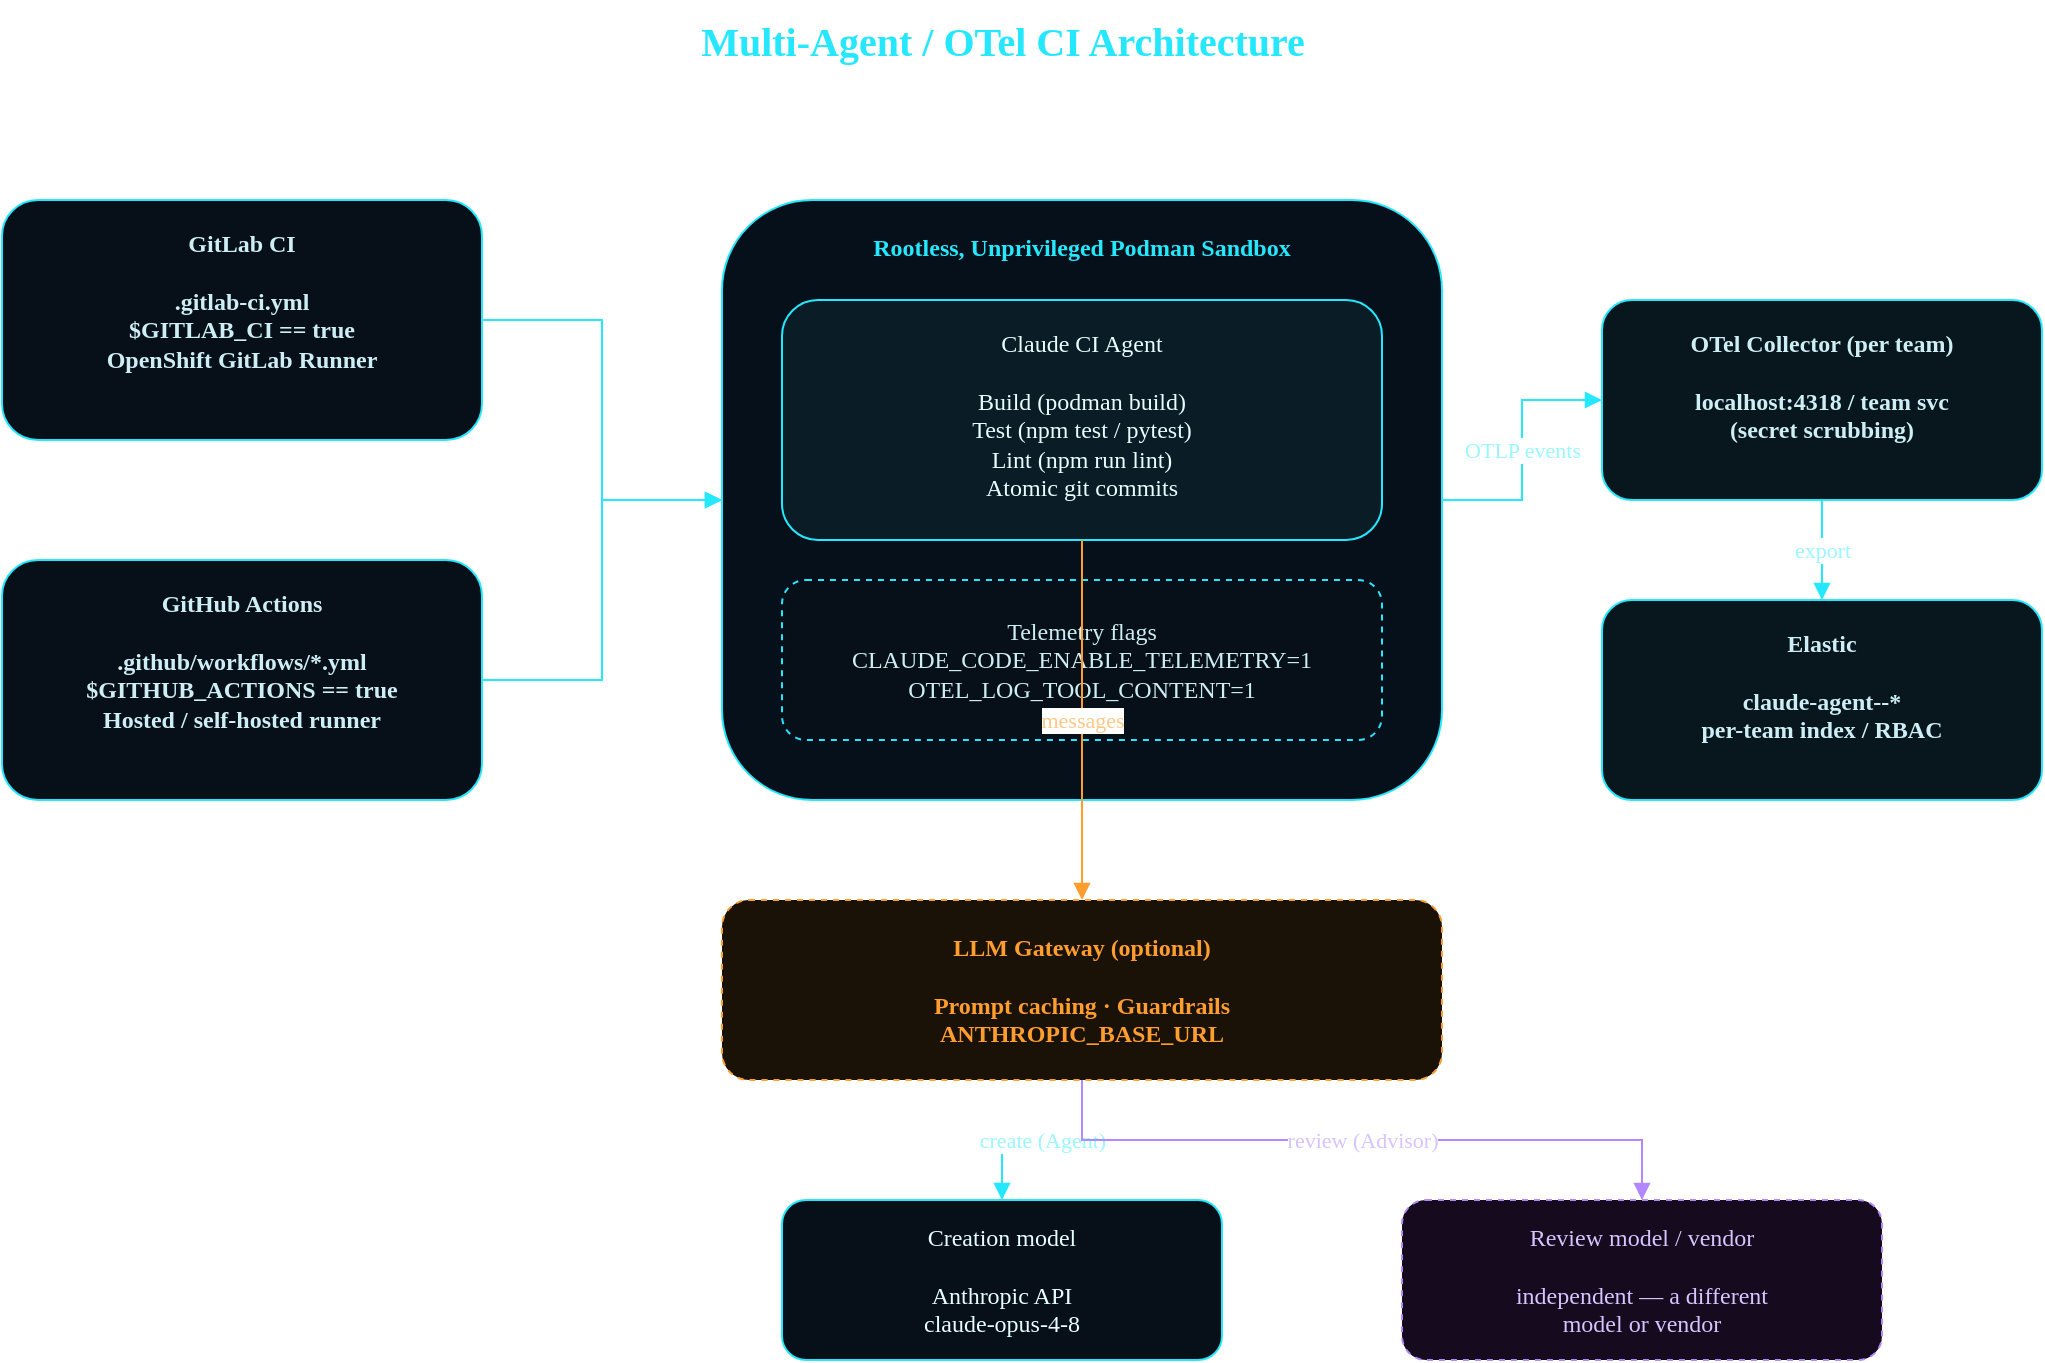
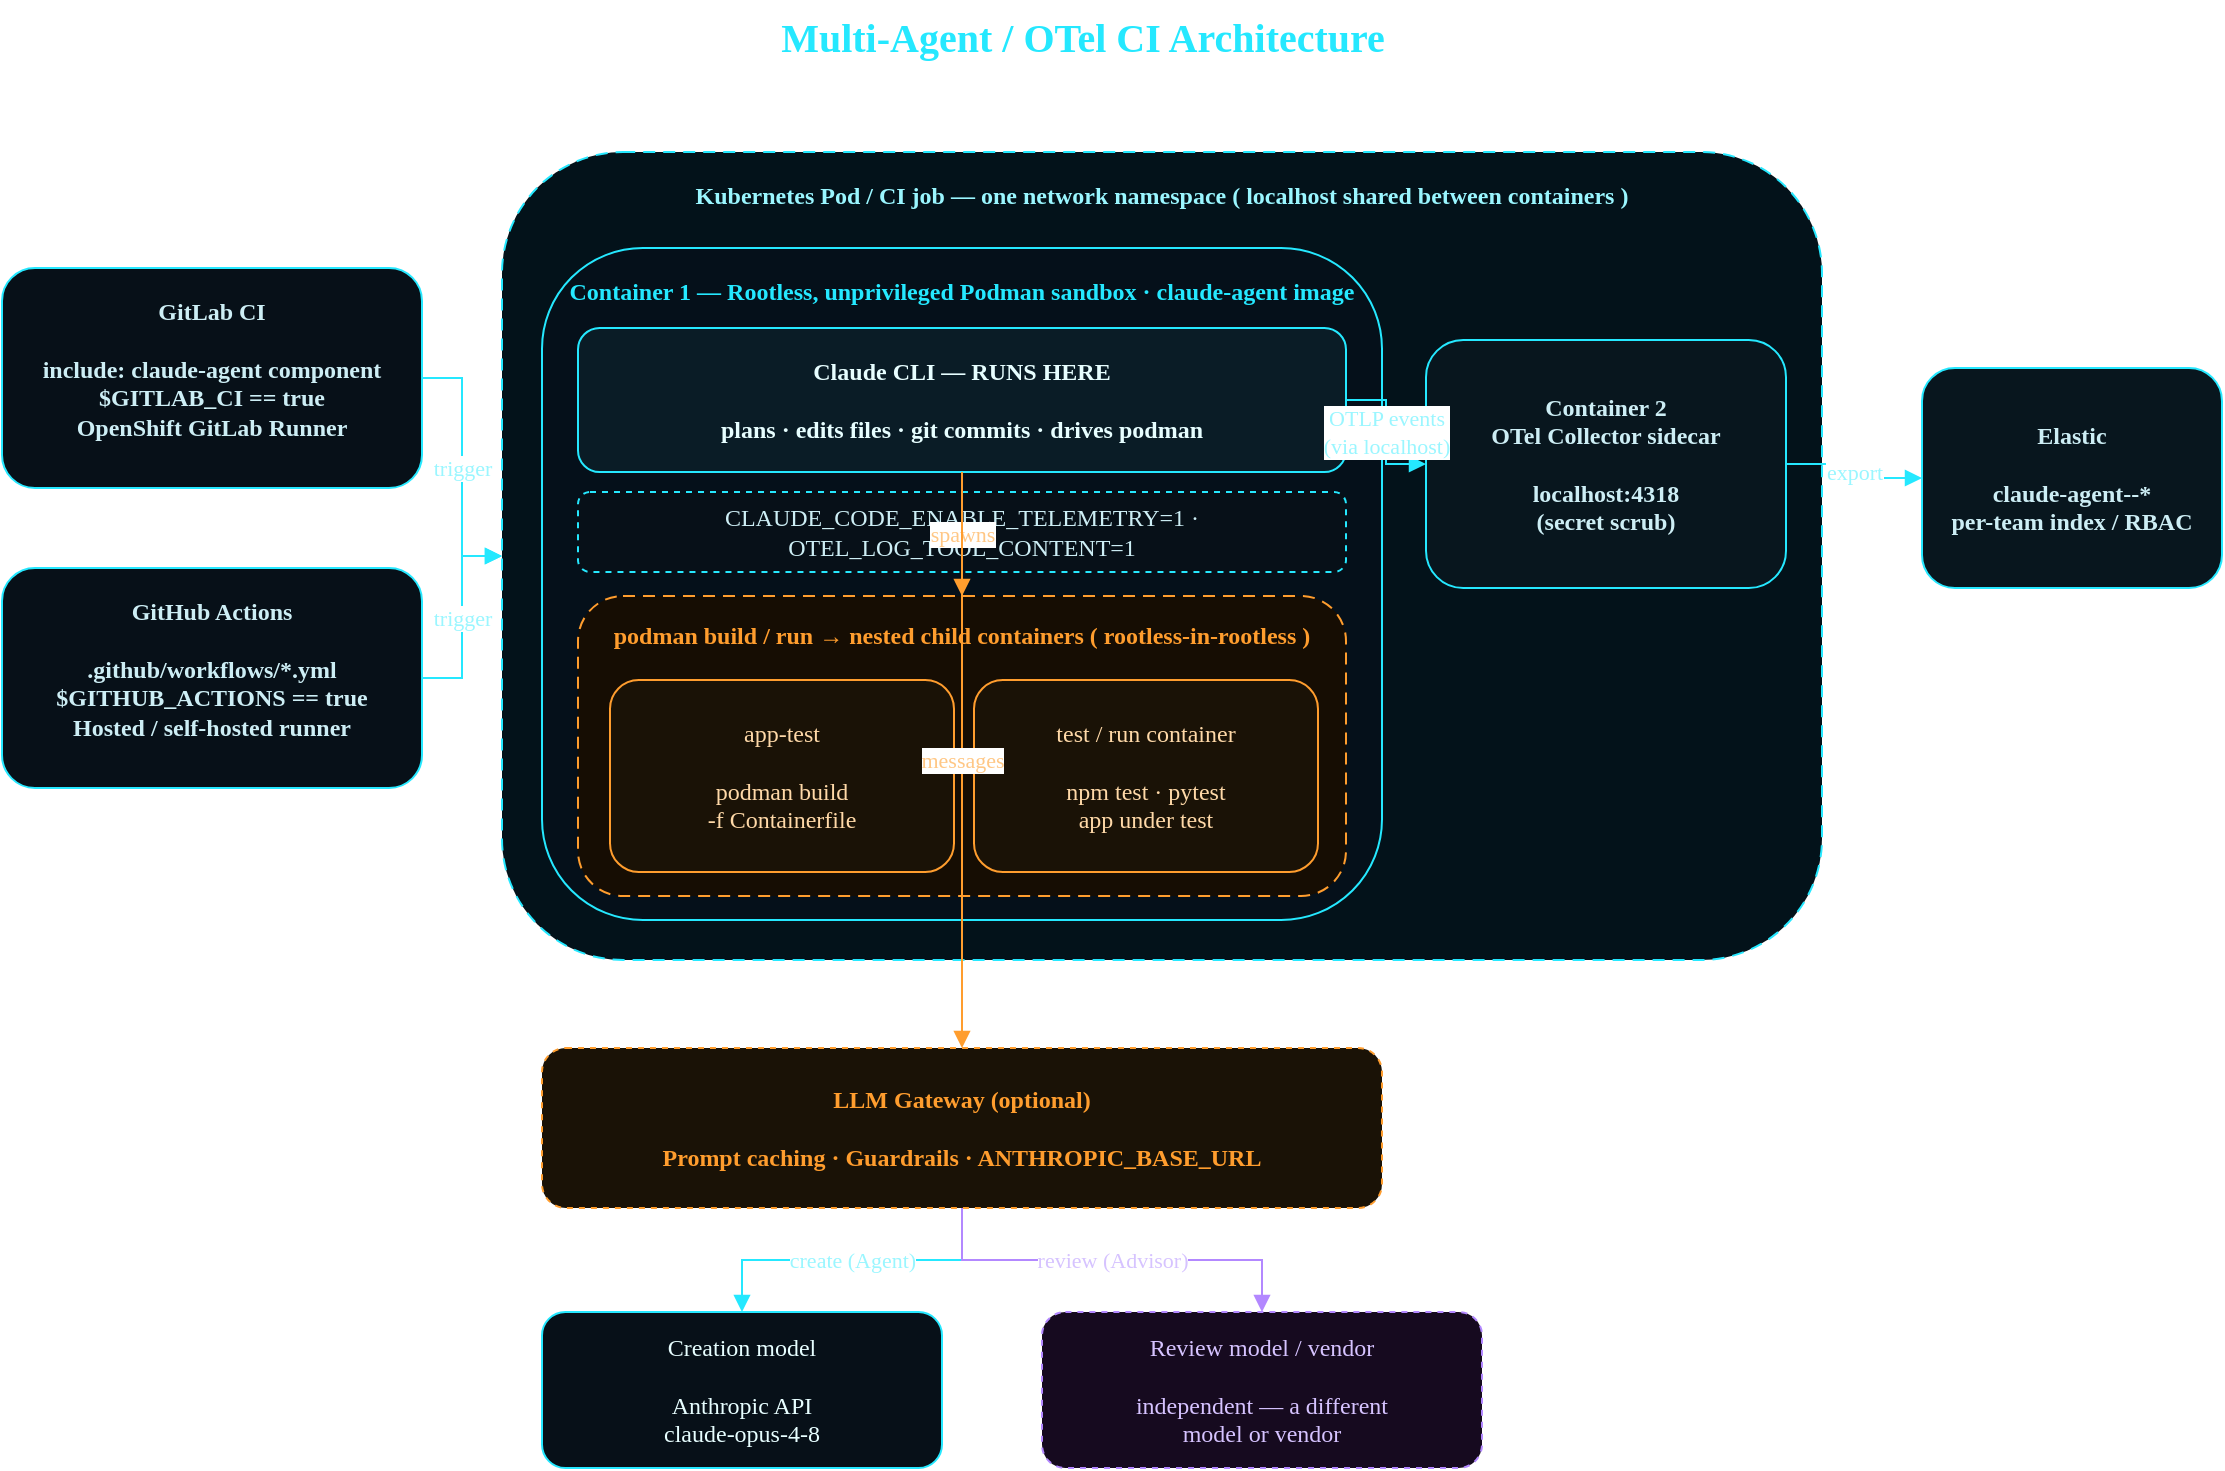
<mxfile host="app.diagrams.net" agent="claude-ci-agent" version="24.0.0">
  <diagram id="ci-arch" name="CI Architecture">
    <mxGraphModel dx="1100" dy="700" grid="1" gridSize="10" guides="1" tooltips="1" connect="1" arrows="1" fold="1" page="1" pageScale="1" pageWidth="1169" pageHeight="826" math="0" shadow="0">
      <root>
        <mxCell id="0" />
        <mxCell id="1" parent="0" />

        <!-- Title -->
        <mxCell id="title" value="Multi-Agent / OTel CI Architecture" style="text;html=1;align=center;verticalAlign=middle;fontSize=20;fontStyle=1;fontColor=#25e8ff;fontFamily=Orbitron;" vertex="1" parent="1">
-           <mxGeometry x="360" y="20" width="440" height="40" as="geometry" />
+           <mxGeometry x="360" y="16" width="440" height="36" as="geometry" />
        </mxCell>

        <!-- GitLab CI -->
-         <mxCell id="gitlab" value="GitLab CI&#10;&#10;.gitlab-ci.yml&#10;$GITLAB_CI == true&#10;OpenShift GitLab Runner" style="rounded=1;whiteSpace=wrap;html=1;fillColor=#071018;strokeColor=#25e8ff;fontColor=#cdeef5;fontFamily=Rajdhani;align=center;verticalAlign=top;spacingTop=8;fontStyle=1;" vertex="1" parent="1">
-           <mxGeometry x="80" y="120" width="240" height="120" as="geometry" />
+         <mxCell id="gitlab" value="GitLab CI&#10;&#10;include: claude-agent component&#10;$GITLAB_CI == true&#10;OpenShift GitLab Runner" style="rounded=1;whiteSpace=wrap;html=1;fillColor=#071018;strokeColor=#25e8ff;fontColor=#cdeef5;fontFamily=Rajdhani;align=center;verticalAlign=top;spacingTop=8;fontStyle=1;" vertex="1" parent="1">
+           <mxGeometry x="40" y="150" width="210" height="110" as="geometry" />
        </mxCell>

        <!-- GitHub Actions -->
        <mxCell id="github" value="GitHub Actions&#10;&#10;.github/workflows/*.yml&#10;$GITHUB_ACTIONS == true&#10;Hosted / self-hosted runner" style="rounded=1;whiteSpace=wrap;html=1;fillColor=#071018;strokeColor=#25e8ff;fontColor=#cdeef5;fontFamily=Rajdhani;align=center;verticalAlign=top;spacingTop=8;fontStyle=1;" vertex="1" parent="1">
-           <mxGeometry x="80" y="300" width="240" height="120" as="geometry" />
+           <mxGeometry x="40" y="300" width="210" height="110" as="geometry" />
        </mxCell>

-         <!-- Sandbox container -->
-         <mxCell id="sandbox" value="Rootless, Unprivileged Podman Sandbox" style="rounded=1;whiteSpace=wrap;html=1;fillColor=#05101a;strokeColor=#25e8ff;fontColor=#25e8ff;fontFamily=Orbitron;align=center;verticalAlign=top;spacingTop=10;fontStyle=1;dashed=0;" vertex="1" parent="1">
-           <mxGeometry x="440" y="120" width="360" height="300" as="geometry" />
+         <!-- ============ OUTER: Kubernetes Pod / CI job ============ -->
+         <mxCell id="pod" value="Kubernetes Pod  /  CI job   —   one network namespace ( localhost shared between containers )" style="rounded=1;whiteSpace=wrap;html=1;fillColor=#03121a;strokeColor=#25e8ff;fontColor=#9af6ff;fontFamily=Orbitron;align=center;verticalAlign=top;spacingTop=8;fontStyle=1;dashed=1;dashPattern=6 4;" vertex="1" parent="1">
+           <mxGeometry x="290" y="92" width="660" height="404" as="geometry" />
        </mxCell>

-         <!-- Claude agent inside sandbox -->
-         <mxCell id="agent" value="Claude CI Agent&#10;&#10;Build (podman build)&#10;Test (npm test / pytest)&#10;Lint (npm run lint)&#10;Atomic git commits" style="rounded=1;whiteSpace=wrap;html=1;fillColor=#0a1c26;strokeColor=#25e8ff;fontColor=#e7feff;fontFamily=Rajdhani;align=center;verticalAlign=top;spacingTop=8;" vertex="1" parent="1">
-           <mxGeometry x="470" y="170" width="300" height="120" as="geometry" />
+         <!-- MIDDLE: the agent sandbox container -->
+         <mxCell id="sandbox" value="Container 1 — Rootless, unprivileged Podman sandbox  ·  claude-agent image" style="rounded=1;whiteSpace=wrap;html=1;fillColor=#05101a;strokeColor=#25e8ff;fontColor=#25e8ff;fontFamily=Orbitron;align=center;verticalAlign=top;spacingTop=8;fontStyle=1;" vertex="1" parent="1">
+           <mxGeometry x="310" y="140" width="420" height="336" as="geometry" />
+         </mxCell>
+ 
+         <!-- Claude CLI: runs in the sandbox container itself -->
+         <mxCell id="agent" value="Claude CLI — RUNS HERE&#10;&#10;plans · edits files · git commits · drives podman" style="rounded=1;whiteSpace=wrap;html=1;fillColor=#0a1c26;strokeColor=#25e8ff;fontColor=#e7feff;fontFamily=Rajdhani;align=center;verticalAlign=middle;fontStyle=1;" vertex="1" parent="1">
+           <mxGeometry x="328" y="180" width="384" height="72" as="geometry" />
        </mxCell>

        <!-- OTel flags -->
-         <mxCell id="otelflags" value="Telemetry flags&#10;CLAUDE_CODE_ENABLE_TELEMETRY=1&#10;OTEL_LOG_TOOL_CONTENT=1" style="rounded=1;whiteSpace=wrap;html=1;fillColor=#071018;strokeColor=#25e8ff;fontColor=#cdeef5;fontFamily=Rajdhani;align=center;verticalAlign=middle;dashed=1;" vertex="1" parent="1">
-           <mxGeometry x="470" y="310" width="300" height="80" as="geometry" />
+         <mxCell id="otelflags" value="CLAUDE_CODE_ENABLE_TELEMETRY=1 · OTEL_LOG_TOOL_CONTENT=1" style="rounded=1;whiteSpace=wrap;html=1;fillColor=#071018;strokeColor=#25e8ff;fontColor=#cdeef5;fontFamily=Rajdhani;align=center;verticalAlign=middle;dashed=1;" vertex="1" parent="1">
+           <mxGeometry x="328" y="262" width="384" height="40" as="geometry" />
        </mxCell>

-         <!-- OTel Collector sidecar -->
-         <mxCell id="otel" value="OTel Collector (per team)&#10;&#10;localhost:4318 / team svc&#10;(secret scrubbing)" style="rounded=1;whiteSpace=wrap;html=1;fillColor=#08161e;strokeColor=#25e8ff;fontColor=#cdeef5;fontFamily=Rajdhani;align=center;verticalAlign=top;spacingTop=8;fontStyle=1;" vertex="1" parent="1">
-           <mxGeometry x="880" y="170" width="220" height="100" as="geometry" />
+         <!-- INNER: nested child containers spawned by podman (rootless-in-rootless) -->
+         <mxCell id="nested" value="podman build / run   →   nested child containers  ( rootless-in-rootless )" style="rounded=1;whiteSpace=wrap;html=1;fillColor=#160d03;strokeColor=#ff9d2e;fontColor=#ff9d2e;fontFamily=Rajdhani;align=center;verticalAlign=top;spacingTop=6;fontStyle=1;dashed=1;dashPattern=6 4;" vertex="1" parent="1">
+           <mxGeometry x="328" y="314" width="384" height="150" as="geometry" />
        </mxCell>

-         <!-- Elastic -->
-         <mxCell id="elastic" value="Elastic&#10;&#10;claude-agent-&lt;team&gt;-*&#10;per-team index / RBAC" style="rounded=1;whiteSpace=wrap;html=1;fillColor=#08161e;strokeColor=#25e8ff;fontColor=#cdeef5;fontFamily=Rajdhani;align=center;verticalAlign=top;spacingTop=8;fontStyle=1;" vertex="1" parent="1">
-           <mxGeometry x="880" y="320" width="220" height="100" as="geometry" />
+         <mxCell id="childbuild" value="app-test&#10;&#10;podman build&#10;-f Containerfile" style="rounded=1;whiteSpace=wrap;html=1;fillColor=#1a1206;strokeColor=#ff9d2e;fontColor=#ffd9a8;fontFamily=Rajdhani;align=center;verticalAlign=middle;" vertex="1" parent="1">
+           <mxGeometry x="344" y="356" width="172" height="96" as="geometry" />
+         </mxCell>
+ 
+         <mxCell id="childrun" value="test / run container&#10;&#10;npm test · pytest&#10;app under test" style="rounded=1;whiteSpace=wrap;html=1;fillColor=#1a1206;strokeColor=#ff9d2e;fontColor=#ffd9a8;fontFamily=Rajdhani;align=center;verticalAlign=middle;" vertex="1" parent="1">
+           <mxGeometry x="526" y="356" width="172" height="96" as="geometry" />
+         </mxCell>
+ 
+         <!-- OTel Collector sidecar — Container 2 in the SAME pod -->
+         <mxCell id="otel" value="Container 2&#10;OTel Collector sidecar&#10;&#10;localhost:4318&#10;(secret scrub)" style="rounded=1;whiteSpace=wrap;html=1;fillColor=#08161e;strokeColor=#25e8ff;fontColor=#cdeef5;fontFamily=Rajdhani;align=center;verticalAlign=middle;fontStyle=1;" vertex="1" parent="1">
+           <mxGeometry x="752" y="186" width="180" height="124" as="geometry" />
+         </mxCell>
+ 
+         <!-- Elastic — outside the pod -->
+         <mxCell id="elastic" value="Elastic&#10;&#10;claude-agent-&lt;team&gt;-*&#10;per-team index / RBAC" style="rounded=1;whiteSpace=wrap;html=1;fillColor=#08161e;strokeColor=#25e8ff;fontColor=#cdeef5;fontFamily=Rajdhani;align=center;verticalAlign=middle;fontStyle=1;" vertex="1" parent="1">
+           <mxGeometry x="1000" y="200" width="150" height="110" as="geometry" />
        </mxCell>

        <!-- Edges -->
-         <mxCell id="e1" style="edgeStyle=orthogonalEdgeStyle;rounded=0;html=1;endArrow=block;strokeColor=#25e8ff;" edge="1" parent="1" source="gitlab" target="sandbox">
+         <mxCell id="e1" value="trigger" style="edgeStyle=orthogonalEdgeStyle;rounded=0;html=1;endArrow=block;strokeColor=#25e8ff;fontColor=#9af6ff;fontFamily=Rajdhani;" edge="1" parent="1" source="gitlab" target="pod">
          <mxGeometry relative="1" as="geometry" />
        </mxCell>
-         <mxCell id="e2" style="edgeStyle=orthogonalEdgeStyle;rounded=0;html=1;endArrow=block;strokeColor=#25e8ff;" edge="1" parent="1" source="github" target="sandbox">
+         <mxCell id="e2" value="trigger" style="edgeStyle=orthogonalEdgeStyle;rounded=0;html=1;endArrow=block;strokeColor=#25e8ff;fontColor=#9af6ff;fontFamily=Rajdhani;" edge="1" parent="1" source="github" target="pod">
          <mxGeometry relative="1" as="geometry" />
        </mxCell>
-         <mxCell id="e3" value="OTLP events" style="edgeStyle=orthogonalEdgeStyle;rounded=0;html=1;endArrow=block;strokeColor=#25e8ff;fontColor=#9af6ff;fontFamily=Rajdhani;" edge="1" parent="1" source="sandbox" target="otel">
+         <mxCell id="enest" value="spawns" style="edgeStyle=orthogonalEdgeStyle;rounded=0;html=1;endArrow=block;strokeColor=#ff9d2e;fontColor=#ffc785;fontFamily=Rajdhani;" edge="1" parent="1" source="agent" target="nested">
+           <mxGeometry relative="1" as="geometry" />
+         </mxCell>
+         <mxCell id="e3" value="OTLP events&#10;(via localhost)" style="edgeStyle=orthogonalEdgeStyle;rounded=0;html=1;endArrow=block;strokeColor=#25e8ff;fontColor=#9af6ff;fontFamily=Rajdhani;" edge="1" parent="1" source="agent" target="otel">
          <mxGeometry relative="1" as="geometry" />
        </mxCell>
        <mxCell id="e4" value="export" style="edgeStyle=orthogonalEdgeStyle;rounded=0;html=1;endArrow=block;strokeColor=#25e8ff;fontColor=#9af6ff;fontFamily=Rajdhani;" edge="1" parent="1" source="otel" target="elastic">
          <mxGeometry relative="1" as="geometry" />
        </mxCell>

        <!-- LLM Gateway (optional) -->
-         <mxCell id="gateway" value="LLM Gateway (optional)&#10;&#10;Prompt caching · Guardrails&#10;ANTHROPIC_BASE_URL" style="rounded=1;whiteSpace=wrap;html=1;fillColor=#1a1206;strokeColor=#ff9d2e;fontColor=#ff9d2e;fontFamily=Rajdhani;align=center;verticalAlign=middle;fontStyle=1;dashed=1;" vertex="1" parent="1">
-           <mxGeometry x="440" y="470" width="360" height="90" as="geometry" />
+         <mxCell id="gateway" value="LLM Gateway (optional)&#10;&#10;Prompt caching · Guardrails · ANTHROPIC_BASE_URL" style="rounded=1;whiteSpace=wrap;html=1;fillColor=#1a1206;strokeColor=#ff9d2e;fontColor=#ff9d2e;fontFamily=Rajdhani;align=center;verticalAlign=middle;fontStyle=1;dashed=1;" vertex="1" parent="1">
+           <mxGeometry x="310" y="540" width="420" height="80" as="geometry" />
        </mxCell>

        <!-- Creation model (Agent personality) -->
        <mxCell id="anthropic" value="Creation model&#10;&#10;Anthropic API&#10;claude-opus-4-8" style="rounded=1;whiteSpace=wrap;html=1;fillColor=#071018;strokeColor=#25e8ff;fontColor=#e7feff;fontFamily=Rajdhani;align=center;verticalAlign=middle;" vertex="1" parent="1">
-           <mxGeometry x="470" y="620" width="220" height="80" as="geometry" />
+           <mxGeometry x="310" y="672" width="200" height="78" as="geometry" />
        </mxCell>

        <!-- Review model (Advisor personality) — independent model or vendor -->
        <mxCell id="reviewer" value="Review model / vendor&#10;&#10;independent — a different&#10;model or vendor" style="rounded=1;whiteSpace=wrap;html=1;fillColor=#160a1f;strokeColor=#b388ff;fontColor=#d6c3ff;fontFamily=Rajdhani;align=center;verticalAlign=middle;dashed=1;" vertex="1" parent="1">
-           <mxGeometry x="780" y="620" width="240" height="80" as="geometry" />
+           <mxGeometry x="560" y="672" width="220" height="78" as="geometry" />
        </mxCell>

        <!-- Edges: agent -> gateway -> creation / review models -->
        <mxCell id="e5" value="messages" style="edgeStyle=orthogonalEdgeStyle;rounded=0;html=1;endArrow=block;strokeColor=#ff9d2e;fontColor=#ffc785;fontFamily=Rajdhani;" edge="1" parent="1" source="agent" target="gateway">
          <mxGeometry relative="1" as="geometry" />
        </mxCell>
        <mxCell id="e6" value="create (Agent)" style="edgeStyle=orthogonalEdgeStyle;rounded=0;html=1;endArrow=block;strokeColor=#25e8ff;fontColor=#9af6ff;fontFamily=Rajdhani;" edge="1" parent="1" source="gateway" target="anthropic">
          <mxGeometry relative="1" as="geometry" />
        </mxCell>
        <mxCell id="e7" value="review (Advisor)" style="edgeStyle=orthogonalEdgeStyle;rounded=0;html=1;endArrow=block;strokeColor=#b388ff;fontColor=#d6c3ff;fontFamily=Rajdhani;" edge="1" parent="1" source="gateway" target="reviewer">
          <mxGeometry relative="1" as="geometry" />
        </mxCell>
      </root>
    </mxGraphModel>
  </diagram>
</mxfile>
